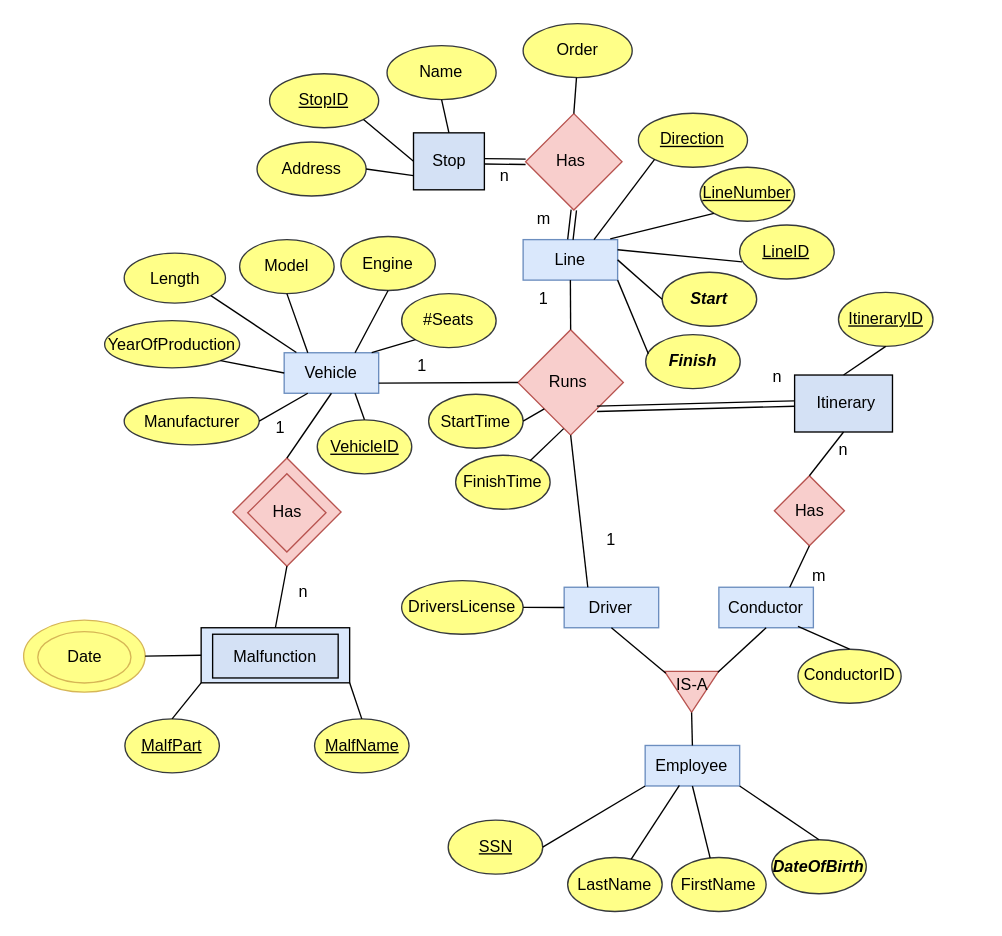
Above: Untitled Diagram.drawio in kotsos2000/kotsos2000 (draw.io), before the change. Source tidied: cells renumbered, new cells numbered last; positions are measured from the earlier drawing's top-left corner, leaving out a move shared by most shapes. Both pictures are drawn from the tidied source at 135%, with x=0, y=0 at pixel (23, 23).
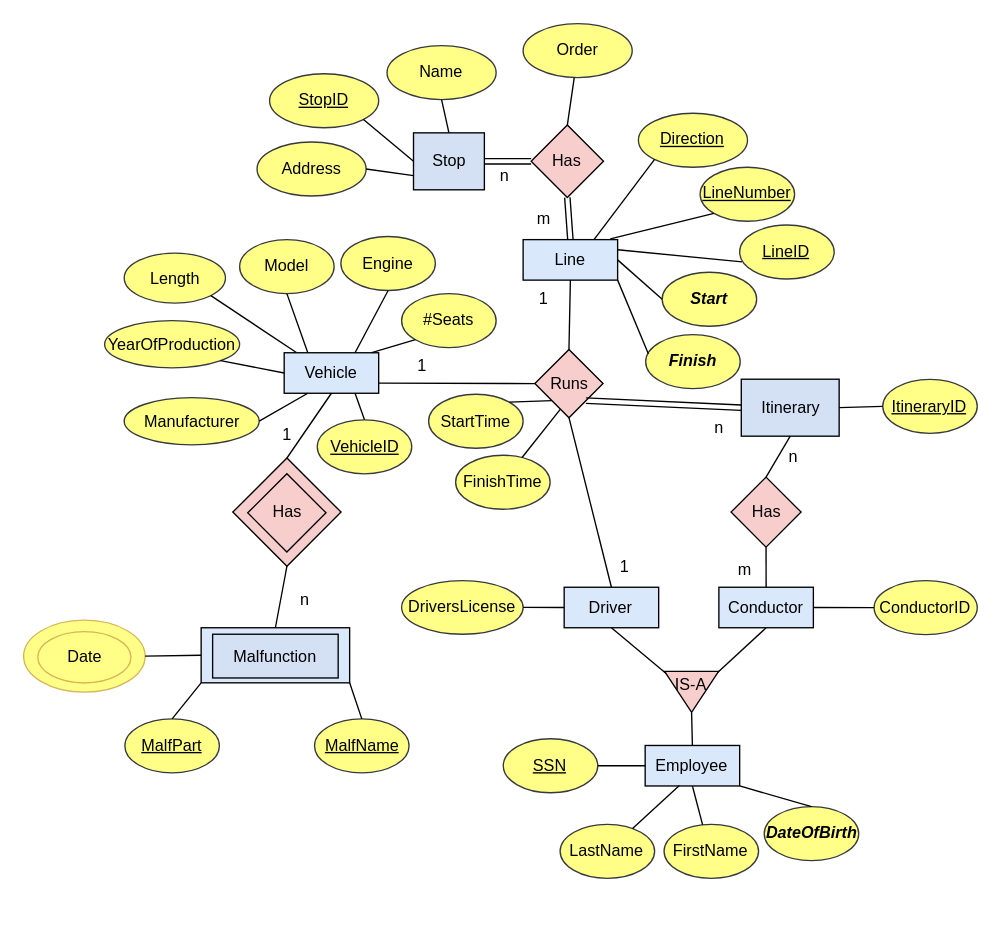
The same page after the edit.

The change refers to these unchanged cells:
```xml
<mxCell id="57" value="StartTime" style="ellipse;whiteSpace=wrap;html=1;fillColor=#ffff88;strokeColor=#36393d;" parent="1" vertex="1">
  <mxGeometry x="300" y="274.5" width="70" height="40" as="geometry" />
</mxCell>
<mxCell id="58" value="FinishTime" style="ellipse;whiteSpace=wrap;html=1;fillColor=#ffff88;strokeColor=#36393d;" parent="1" vertex="1">
  <mxGeometry x="320" y="319.7" width="70" height="40" as="geometry" />
</mxCell>
```

What changed in the source:
```diff
@@
-    <mxCell id="2" style="whiteSpace=wrap;html=1;fillColor=#f8cecc;rotation=45;strokeColor=#b85450;" parent="1" vertex="1">
+    <mxCell id="2" style="whiteSpace=wrap;html=1;fillColor=#f8cecc;rotation=45;strokeColor=default;" parent="1" vertex="1">
       <mxGeometry x="166.7" y="333.5" width="56.7" height="56.7" as="geometry" />
     </mxCell>
@@
-    <mxCell id="5" value="&lt;div&gt;Vehicle&lt;/div&gt;" style="rounded=0;whiteSpace=wrap;html=1;fillColor=#dae8fc;strokeColor=#6c8ebf;" parent="1" vertex="1">
+    <mxCell id="5" value="&lt;div&gt;Vehicle&lt;/div&gt;" style="rounded=0;whiteSpace=wrap;html=1;fillColor=#dae8fc;strokeColor=default;" parent="1" vertex="1">
       <mxGeometry x="193" y="243.8" width="70" height="30" as="geometry" />
     </mxCell>
-    <mxCell id="6" value="&lt;div&gt;Driver&lt;/div&gt;" style="rounded=0;whiteSpace=wrap;html=1;fillColor=#dae8fc;strokeColor=#6c8ebf;" parent="1" vertex="1">
+    <mxCell id="6" value="&lt;div&gt;Driver&lt;/div&gt;" style="rounded=0;whiteSpace=wrap;html=1;fillColor=#dae8fc;strokeColor=default;" parent="1" vertex="1">
       <mxGeometry x="400.4" y="417.5" width="70" height="30" as="geometry" />
     </mxCell>
-    <mxCell id="7" value="&lt;div&gt;Line&lt;/div&gt;" style="rounded=0;whiteSpace=wrap;html=1;fillColor=#dae8fc;strokeColor=#6c8ebf;" parent="1" vertex="1">
+    <mxCell id="7" value="&lt;div&gt;Line&lt;/div&gt;" style="rounded=0;whiteSpace=wrap;html=1;fillColor=#dae8fc;strokeColor=default;" parent="1" vertex="1">
       <mxGeometry x="370" y="160" width="70" height="30" as="geometry" />
     </mxCell>
@@
-    <mxCell id="11" style="rounded=0;whiteSpace=wrap;html=1;fillColor=#D4E1F5;" parent="1" vertex="1">
-      <mxGeometry x="571.1" y="260.3" width="72.5" height="42.2" as="geometry" />
+    <mxCell id="11" value="Itinerary" style="rounded=0;whiteSpace=wrap;html=1;fillColor=#D4E1F5;" parent="1" vertex="1">
+      <mxGeometry x="531.6" y="263.4" width="72.5" height="42.2" as="geometry" />
     </mxCell>
-    <mxCell id="12" value="Itinerary" style="text;html=1;align=center;verticalAlign=middle;strokeColor=none;fillColor=none;" parent="1" vertex="1">
-      <mxGeometry x="578.6" y="266.3" width="60" height="30" as="geometry" />
-    </mxCell>
@@
-    <mxCell id="15" style="whiteSpace=wrap;html=1;fillColor=#f8cecc;rotation=45;strokeColor=#b85450;" parent="1" vertex="1">
-      <mxGeometry x="377.6" y="238.2" width="55.2" height="55.2" as="geometry" />
+    <mxCell id="15" style="whiteSpace=wrap;html=1;fillColor=#f8cecc;rotation=45;strokeColor=default;" parent="1" vertex="1">
+      <mxGeometry x="386.1" y="248.8" width="35.7" height="35.7" as="geometry" />
     </mxCell>
     <mxCell id="16" value="Runs" style="text;html=1;align=center;verticalAlign=middle;strokeColor=none;fillColor=none;" parent="1" vertex="1">
-      <mxGeometry x="377.6" y="250.8" width="50" height="30" as="geometry" />
+      <mxGeometry x="379" y="251.6" width="50" height="30" as="geometry" />
     </mxCell>
-    <mxCell id="17" style="whiteSpace=wrap;html=1;fillColor=#f8cecc;rotation=45;strokeColor=#b85450;" parent="1" vertex="1">
-      <mxGeometry x="382.3" y="77.1" width="50.5" height="50.5" as="geometry" />
+    <mxCell id="17" style="whiteSpace=wrap;html=1;fillColor=#f8cecc;rotation=45;strokeColor=default;" parent="1" vertex="1">
+      <mxGeometry x="383.8" y="83" width="37.9" height="37.9" as="geometry" />
     </mxCell>
     <mxCell id="18" value="Has" style="text;html=1;align=center;verticalAlign=middle;strokeColor=none;fillColor=none;" parent="1" vertex="1">
-      <mxGeometry x="385.3" y="87" width="40" height="30" as="geometry" />
+      <mxGeometry x="381.8" y="87" width="40" height="30" as="geometry" />
     </mxCell>
-    <mxCell id="19" style="whiteSpace=wrap;html=1;fillColor=#f8cecc;rotation=45;strokeColor=#b85450;" parent="1" vertex="1">
+    <mxCell id="19" style="whiteSpace=wrap;html=1;fillColor=#f8cecc;rotation=45;strokeColor=default;" parent="1" vertex="1">
       <mxGeometry x="174.5" y="341.9" width="41" height="41" as="geometry" />
     </mxCell>
@@
     <mxCell id="50" value="1" style="text;html=1;align=center;verticalAlign=middle;strokeColor=none;fillColor=none;" parent="1" vertex="1">
-      <mxGeometry x="420.4" y="367.9" width="30" height="30" as="geometry" />
+      <mxGeometry x="430.4" y="387.5" width="30" height="30" as="geometry" />
     </mxCell>
@@
-    <mxCell id="59" style="endArrow=none;html=1;rounded=0;entryX=1;entryY=0.5;entryDx=0;entryDy=0;exitX=0.5;exitY=1;exitDx=0;exitDy=0;" parent="1" edge="1" source="15" target="57">
+    <mxCell id="59" style="endArrow=none;html=1;rounded=0;exitX=0.5;exitY=1;exitDx=0;exitDy=0;entryX=1;entryY=0;entryDx=0;entryDy=0;" parent="1" edge="1" source="15" target="57">
       <mxGeometry relative="1" as="geometry" />
     </mxCell>
-    <mxCell id="60" style="endArrow=none;html=1;rounded=0;entryX=0.786;entryY=0.108;entryDx=0;entryDy=0;entryPerimeter=0;" parent="1" edge="1" target="58">
-      <mxGeometry relative="1" as="geometry">
-        <mxPoint x="400" y="300" as="sourcePoint" />
-      </mxGeometry>
+    <mxCell id="60" style="endArrow=none;html=1;rounded=0;exitX=0.75;exitY=1;exitDx=0;exitDy=0;" parent="1" edge="1" source="15" target="58">
+      <mxGeometry relative="1" as="geometry" />
     </mxCell>
@@
-    <mxCell id="64" style="endArrow=none;html=1;rounded=0;exitX=0.25;exitY=0;exitDx=0;exitDy=0;entryX=1;entryY=1;entryDx=0;entryDy=0;" parent="1" edge="1" source="6" target="15">
+    <mxCell id="64" style="endArrow=none;html=1;rounded=0;exitX=0.5;exitY=0;exitDx=0;exitDy=0;entryX=1;entryY=1;entryDx=0;entryDy=0;" parent="1" edge="1" source="6" target="15">
       <mxGeometry relative="1" as="geometry" />
     </mxCell>
@@
     <mxCell id="67" value="n" style="text;html=1;align=center;verticalAlign=middle;strokeColor=none;fillColor=none;" parent="1" vertex="1">
-      <mxGeometry x="191.5" y="406.3" width="30" height="30" as="geometry" />
+      <mxGeometry x="193" y="411.9" width="30" height="30" as="geometry" />
     </mxCell>
@@
     <mxCell id="69" value="&lt;u&gt;ItineraryID&lt;/u&gt;" style="ellipse;whiteSpace=wrap;html=1;fillColor=#ffff88;strokeColor=#36393d;" parent="1" vertex="1">
-      <mxGeometry x="603.6" y="199.1" width="70" height="40" as="geometry" />
+      <mxGeometry x="636.4" y="263.5" width="70" height="40" as="geometry" />
     </mxCell>
@@
     <mxCell id="72" value="n" style="text;html=1;align=center;verticalAlign=middle;strokeColor=none;fillColor=none;" parent="1" vertex="1">
-      <mxGeometry x="592.4" y="301.1" width="30" height="30" as="geometry" />
+      <mxGeometry x="555" y="305.6" width="30" height="30" as="geometry" />
     </mxCell>
-    <mxCell id="73" value="Employee" style="rounded=0;whiteSpace=wrap;html=1;fillColor=#dae8fc;strokeColor=#6c8ebf;" parent="1" vertex="1">
+    <mxCell id="73" value="Employee" style="rounded=0;whiteSpace=wrap;html=1;fillColor=#dae8fc;strokeColor=default;" parent="1" vertex="1">
       <mxGeometry x="460.4" y="534.7" width="70" height="30" as="geometry" />
     </mxCell>
     <mxCell id="74" value="&lt;u&gt;SSN&lt;/u&gt;" style="ellipse;whiteSpace=wrap;html=1;fillColor=#ffff88;strokeColor=#36393d;" parent="1" vertex="1">
-      <mxGeometry x="314.5" y="590" width="70" height="40" as="geometry" />
+      <mxGeometry x="355.3" y="529.7" width="70" height="40" as="geometry" />
     </mxCell>
-    <mxCell id="75" style="endArrow=none;html=1;rounded=0;entryX=0;entryY=1;entryDx=0;entryDy=0;exitX=1;exitY=0.5;exitDx=0;exitDy=0;" parent="1" edge="1" source="74" target="73">
+    <mxCell id="75" style="endArrow=none;html=1;rounded=0;entryX=0;entryY=0.5;entryDx=0;entryDy=0;exitX=1;exitY=0.5;exitDx=0;exitDy=0;" parent="1" edge="1" source="74" target="73">
       <mxGeometry relative="1" as="geometry" />
     </mxCell>
     <mxCell id="76" value="FirstName" style="ellipse;whiteSpace=wrap;html=1;fillColor=#ffff88;strokeColor=#36393d;" parent="1" vertex="1">
-      <mxGeometry x="480" y="617.7" width="70" height="40" as="geometry" />
+      <mxGeometry x="474.4" y="593.1" width="70" height="40" as="geometry" />
     </mxCell>
@@
     <mxCell id="78" value="LastName" style="ellipse;whiteSpace=wrap;html=1;fillColor=#ffff88;strokeColor=#36393d;" parent="1" vertex="1">
-      <mxGeometry x="403" y="617.7" width="70" height="40" as="geometry" />
+      <mxGeometry x="397.4" y="593.1" width="70" height="40" as="geometry" />
     </mxCell>
@@
     <mxCell id="80" value="&lt;b&gt;&lt;i&gt;DateOfBirth&lt;/i&gt;&lt;/b&gt;" style="ellipse;whiteSpace=wrap;html=1;fillColor=#ffff88;strokeColor=#36393d;" parent="1" vertex="1">
-      <mxGeometry x="554.2" y="604.5" width="70" height="40" as="geometry" />
+      <mxGeometry x="548.6" y="580" width="70" height="40" as="geometry" />
     </mxCell>
@@
-    <mxCell id="82" style="triangle;whiteSpace=wrap;html=1;rotation=90;fillColor=#f8cecc;strokeColor=#b85450;" parent="1" vertex="1">
+    <mxCell id="82" style="triangle;whiteSpace=wrap;html=1;rotation=90;fillColor=#f8cecc;strokeColor=default;" parent="1" vertex="1">
       <mxGeometry x="479.6" y="475" width="30.4" height="40" as="geometry" />
     </mxCell>
     <mxCell id="83" value="IS-A" style="text;html=1;align=center;verticalAlign=middle;strokeColor=none;fillColor=none;" parent="1" vertex="1">
-      <mxGeometry x="470.4" y="475" width="50" height="30" as="geometry" />
+      <mxGeometry x="468.6" y="475" width="50" height="30" as="geometry" />
     </mxCell>
@@
-    <mxCell id="85" value="Conductor" style="rounded=0;whiteSpace=wrap;html=1;fillColor=#dae8fc;strokeColor=#6c8ebf;" parent="1" vertex="1">
+    <mxCell id="85" value="Conductor" style="rounded=0;whiteSpace=wrap;html=1;fillColor=#dae8fc;strokeColor=default;" parent="1" vertex="1">
       <mxGeometry x="515" y="417.5" width="70" height="30" as="geometry" />
     </mxCell>
@@
     <mxCell id="90" value="ConductorID" style="ellipse;whiteSpace=wrap;html=1;fillColor=#ffff88;strokeColor=#36393d;" parent="1" vertex="1">
-      <mxGeometry x="573.6" y="463.4" width="76.4" height="40" as="geometry" />
+      <mxGeometry x="630" y="412.6" width="76.4" height="40" as="geometry" />
     </mxCell>
-    <mxCell id="91" style="endArrow=none;html=1;rounded=0;exitX=0.5;exitY=0;exitDx=0;exitDy=0;entryX=0.837;entryY=0.965;entryDx=0;entryDy=0;entryPerimeter=0;" parent="1" edge="1" source="90" target="85">
+    <mxCell id="91" style="endArrow=none;html=1;rounded=0;exitX=0;exitY=0.5;exitDx=0;exitDy=0;entryX=1;entryY=0.5;entryDx=0;entryDy=0;" parent="1" edge="1" source="90" target="85">
       <mxGeometry relative="1" as="geometry" />
     </mxCell>
-    <mxCell id="92" style="whiteSpace=wrap;html=1;fillColor=#f8cecc;rotation=45;strokeColor=#b85450;" parent="1" vertex="1">
-      <mxGeometry x="563.7" y="342.5" width="36.7" height="36.7" as="geometry" />
+    <mxCell id="92" style="whiteSpace=wrap;html=1;fillColor=#f8cecc;rotation=45;strokeColor=default;" parent="1" vertex="1">
+      <mxGeometry x="531.6" y="343.5" width="36.7" height="36.7" as="geometry" />
     </mxCell>
     <mxCell id="93" value="Has" style="text;html=1;align=center;verticalAlign=middle;strokeColor=none;fillColor=none;" parent="1" vertex="1">
-      <mxGeometry x="562" y="345.9" width="40" height="30" as="geometry" />
+      <mxGeometry x="530" y="346.8" width="40" height="30" as="geometry" />
     </mxCell>
-    <mxCell id="94" style="endArrow=none;html=1;rounded=0;exitX=0.75;exitY=0;exitDx=0;exitDy=0;entryX=1;entryY=1;entryDx=0;entryDy=0;" parent="1" edge="1" source="85" target="92">
+    <mxCell id="94" style="endArrow=none;html=1;rounded=0;exitX=0.5;exitY=0;exitDx=0;exitDy=0;entryX=1;entryY=1;entryDx=0;entryDy=0;" parent="1" edge="1" source="85" target="92">
       <mxGeometry relative="1" as="geometry" />
     </mxCell>
@@
     <mxCell id="96" value="m" style="text;html=1;align=center;verticalAlign=middle;strokeColor=none;fillColor=none;" parent="1" vertex="1">
-      <mxGeometry x="574.2" y="393.8" width="30" height="30" as="geometry" />
+      <mxGeometry x="518.6" y="390.2" width="30" height="30" as="geometry" />
     </mxCell>
     <mxCell id="97" value="n" style="text;html=1;align=center;verticalAlign=middle;strokeColor=none;fillColor=none;" parent="1" vertex="1">
-      <mxGeometry x="543" y="247" width="30" height="30" as="geometry" />
+      <mxGeometry x="500" y="284.5" width="30" height="30" as="geometry" />
     </mxCell>
@@
-    <mxCell id="99" style="endArrow=none;html=1;rounded=0;exitX=0.5;exitY=1;exitDx=0;exitDy=0;entryX=0.5;entryY=0;entryDx=0;entryDy=0;" parent="1" edge="1" source="69" target="11">
+    <mxCell id="99" style="endArrow=none;html=1;rounded=0;entryX=1;entryY=0.5;entryDx=0;entryDy=0;exitX=0;exitY=0.5;exitDx=0;exitDy=0;" parent="1" edge="1" source="69" target="11">
       <mxGeometry relative="1" as="geometry" />
     </mxCell>
@@
     <mxCell id="102" value="1" style="text;html=1;align=center;verticalAlign=middle;strokeColor=none;fillColor=none;" parent="1" vertex="1">
-      <mxGeometry x="174.5" y="284.5" width="30" height="30" as="geometry" />
+      <mxGeometry x="180" y="289.7" width="30" height="30" as="geometry" />
     </mxCell>
```
